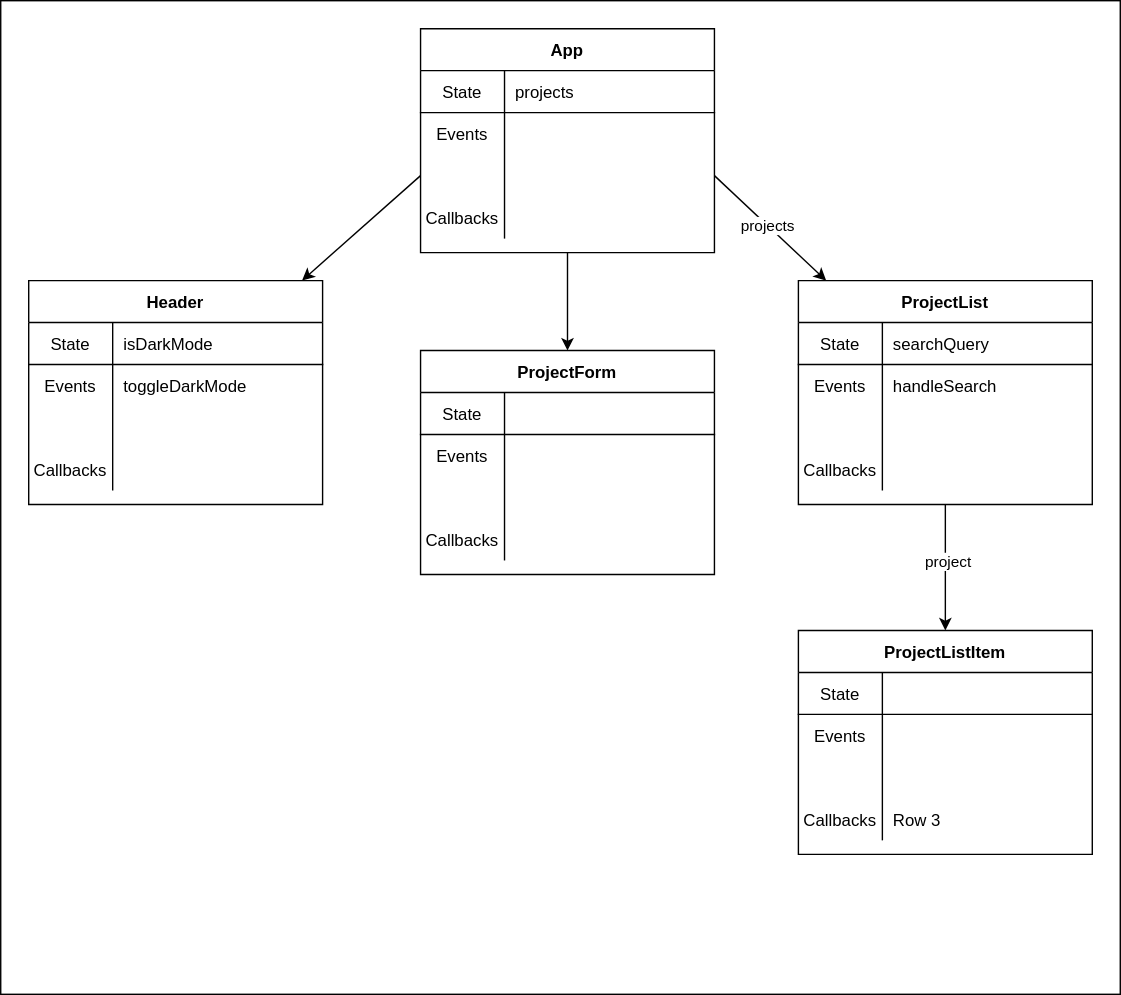
Before: 03_information_flow/assets/component-hierarchy-with-data-flow.drawio.svg, a diagram exported from draw.io (learn-co-curriculum/SENG-LIVE-Phase-2-ProjectShowcase). Source tidied: cells renumbered, new cells last; positions are measured from the earlier drawing's top-left corner, leaving out a move shared by most shapes. Source of this version:
```xml
<mxGraphModel>
  <root>
    <mxCell id="0" />
    <mxCell id="1" parent="0" />
    <mxCell id="2" style="rounded=0;whiteSpace=wrap;html=1;" parent="1" vertex="1">
      <mxGeometry width="800" height="710" as="geometry" />
    </mxCell>
    <mxCell id="3" style="edgeStyle=none;html=1;exitX=0;exitY=0.5;exitDx=0;exitDy=0;" parent="1" edge="1" source="14" target="20">
      <mxGeometry relative="1" as="geometry" />
    </mxCell>
    <mxCell id="4" style="edgeStyle=none;html=1;" parent="1" edge="1" source="7" target="33">
      <mxGeometry relative="1" as="geometry" />
    </mxCell>
    <mxCell id="5" style="edgeStyle=none;html=1;exitX=1;exitY=0.5;exitDx=0;exitDy=0;" parent="1" edge="1" source="14" target="48">
      <mxGeometry relative="1" as="geometry" />
    </mxCell>
    <mxCell id="6" value="projects" style="edgeLabel;html=1;align=center;verticalAlign=middle;" parent="5" vertex="1">
      <mxGeometry x="-0.06" relative="1" as="geometry" />
    </mxCell>
    <mxCell id="7" value="App" style="shape=table;startSize=30;rowLines=0;fontStyle=1;align=center;" parent="1" vertex="1">
      <mxGeometry x="300" y="20" width="210" height="160" as="geometry" />
    </mxCell>
    <mxCell id="8" style="shape=partialRectangle;fillColor=none;top=0;left=0;bottom=1;right=0;" parent="7" vertex="1">
      <mxGeometry y="30" width="210" height="30" as="geometry" />
    </mxCell>
    <mxCell id="9" value="State" style="shape=partialRectangle;fillColor=none;top=0;left=0;bottom=0;right=0;fontStyle=0;overflow=hidden;" parent="8" vertex="1">
      <mxGeometry width="60" height="30" as="geometry" />
    </mxCell>
    <mxCell id="10" value="projects" style="shape=partialRectangle;fillColor=none;top=0;left=0;bottom=0;right=0;align=left;spacingLeft=6;fontStyle=0;overflow=hidden;" parent="8" vertex="1">
      <mxGeometry x="60" width="150" height="30" as="geometry" />
    </mxCell>
    <mxCell id="11" style="shape=partialRectangle;fillColor=none;top=0;left=0;bottom=0;right=0;" parent="7" vertex="1">
      <mxGeometry y="60" width="210" height="30" as="geometry" />
    </mxCell>
    <mxCell id="12" value="Events" style="shape=partialRectangle;fillColor=none;top=0;left=0;bottom=0;right=0;overflow=hidden;" parent="11" vertex="1">
      <mxGeometry width="60" height="30" as="geometry" />
    </mxCell>
    <mxCell id="13" style="shape=partialRectangle;fillColor=none;top=0;left=0;bottom=0;right=0;align=left;spacingLeft=6;overflow=hidden;" parent="11" vertex="1">
      <mxGeometry x="60" width="150" height="30" as="geometry" />
    </mxCell>
    <mxCell id="14" style="shape=partialRectangle;fillColor=none;top=0;left=0;bottom=0;right=0;points=[[0,0.5],[1,0.5]];portConstraint=eastwest;" parent="7" vertex="1">
      <mxGeometry y="90" width="210" height="30" as="geometry" />
    </mxCell>
    <mxCell id="15" style="shape=partialRectangle;fillColor=none;top=0;left=0;bottom=0;right=0;overflow=hidden;" parent="14" vertex="1">
      <mxGeometry width="60" height="30" as="geometry" />
    </mxCell>
    <mxCell id="16" style="shape=partialRectangle;fillColor=none;top=0;left=0;bottom=0;right=0;align=left;spacingLeft=6;overflow=hidden;" parent="14" vertex="1">
      <mxGeometry x="60" width="150" height="30" as="geometry" />
    </mxCell>
    <mxCell id="17" style="shape=partialRectangle;fillColor=none;top=0;left=0;bottom=0;right=0;" parent="7" vertex="1">
      <mxGeometry y="120" width="210" height="30" as="geometry" />
    </mxCell>
    <mxCell id="18" value="Callbacks" style="shape=partialRectangle;fillColor=none;top=0;left=0;bottom=0;right=0;overflow=hidden;" parent="17" vertex="1">
      <mxGeometry width="60" height="30" as="geometry" />
    </mxCell>
    <mxCell id="19" style="shape=partialRectangle;fillColor=none;top=0;left=0;bottom=0;right=0;align=left;spacingLeft=6;overflow=hidden;" parent="17" vertex="1">
      <mxGeometry x="60" width="150" height="30" as="geometry" />
    </mxCell>
    <mxCell id="20" value="Header" style="shape=table;startSize=30;rowLines=0;fontStyle=1;align=center;" parent="1" vertex="1">
      <mxGeometry x="20" y="200" width="210" height="160" as="geometry" />
    </mxCell>
    <mxCell id="21" style="shape=partialRectangle;fillColor=none;top=0;left=0;bottom=1;right=0;" parent="20" vertex="1">
      <mxGeometry y="30" width="210" height="30" as="geometry" />
    </mxCell>
    <mxCell id="22" value="State" style="shape=partialRectangle;fillColor=none;top=0;left=0;bottom=0;right=0;fontStyle=0;overflow=hidden;" parent="21" vertex="1">
      <mxGeometry width="60" height="30" as="geometry" />
    </mxCell>
    <mxCell id="23" value="isDarkMode" style="shape=partialRectangle;fillColor=none;top=0;left=0;bottom=0;right=0;align=left;spacingLeft=6;fontStyle=0;overflow=hidden;" parent="21" vertex="1">
      <mxGeometry x="60" width="150" height="30" as="geometry" />
    </mxCell>
    <mxCell id="24" style="shape=partialRectangle;fillColor=none;top=0;left=0;bottom=0;right=0;" parent="20" vertex="1">
      <mxGeometry y="60" width="210" height="30" as="geometry" />
    </mxCell>
    <mxCell id="25" value="Events" style="shape=partialRectangle;fillColor=none;top=0;left=0;bottom=0;right=0;overflow=hidden;" parent="24" vertex="1">
      <mxGeometry width="60" height="30" as="geometry" />
    </mxCell>
    <mxCell id="26" value="toggleDarkMode" style="shape=partialRectangle;fillColor=none;top=0;left=0;bottom=0;right=0;align=left;spacingLeft=6;overflow=hidden;" parent="24" vertex="1">
      <mxGeometry x="60" width="150" height="30" as="geometry" />
    </mxCell>
    <mxCell id="27" style="shape=partialRectangle;fillColor=none;top=0;left=0;bottom=0;right=0;" parent="20" vertex="1">
      <mxGeometry y="90" width="210" height="30" as="geometry" />
    </mxCell>
    <mxCell id="28" style="shape=partialRectangle;fillColor=none;top=0;left=0;bottom=0;right=0;overflow=hidden;" parent="27" vertex="1">
      <mxGeometry width="60" height="30" as="geometry" />
    </mxCell>
    <mxCell id="29" style="shape=partialRectangle;fillColor=none;top=0;left=0;bottom=0;right=0;align=left;spacingLeft=6;overflow=hidden;" parent="27" vertex="1">
      <mxGeometry x="60" width="150" height="30" as="geometry" />
    </mxCell>
    <mxCell id="30" style="shape=partialRectangle;fillColor=none;top=0;left=0;bottom=0;right=0;" parent="20" vertex="1">
      <mxGeometry y="120" width="210" height="30" as="geometry" />
    </mxCell>
    <mxCell id="31" value="Callbacks" style="shape=partialRectangle;fillColor=none;top=0;left=0;bottom=0;right=0;overflow=hidden;" parent="30" vertex="1">
      <mxGeometry width="60" height="30" as="geometry" />
    </mxCell>
    <mxCell id="32" style="shape=partialRectangle;fillColor=none;top=0;left=0;bottom=0;right=0;align=left;spacingLeft=6;overflow=hidden;" parent="30" vertex="1">
      <mxGeometry x="60" width="150" height="30" as="geometry" />
    </mxCell>
    <mxCell id="33" value="ProjectForm" style="shape=table;startSize=30;rowLines=0;fontStyle=1;align=center;" parent="1" vertex="1">
      <mxGeometry x="300" y="250" width="210" height="160" as="geometry" />
    </mxCell>
    <mxCell id="34" style="shape=partialRectangle;fillColor=none;top=0;left=0;bottom=1;right=0;" parent="33" vertex="1">
      <mxGeometry y="30" width="210" height="30" as="geometry" />
    </mxCell>
    <mxCell id="35" value="State" style="shape=partialRectangle;fillColor=none;top=0;left=0;bottom=0;right=0;fontStyle=0;overflow=hidden;" parent="34" vertex="1">
      <mxGeometry width="60" height="30" as="geometry" />
    </mxCell>
    <mxCell id="36" style="shape=partialRectangle;fillColor=none;top=0;left=0;bottom=0;right=0;align=left;spacingLeft=6;fontStyle=0;overflow=hidden;" parent="34" vertex="1">
      <mxGeometry x="60" width="150" height="30" as="geometry" />
    </mxCell>
    <mxCell id="37" style="shape=partialRectangle;fillColor=none;top=0;left=0;bottom=0;right=0;" parent="33" vertex="1">
      <mxGeometry y="60" width="210" height="30" as="geometry" />
    </mxCell>
    <mxCell id="38" value="Events" style="shape=partialRectangle;fillColor=none;top=0;left=0;bottom=0;right=0;overflow=hidden;" parent="37" vertex="1">
      <mxGeometry width="60" height="30" as="geometry" />
    </mxCell>
    <mxCell id="39" style="shape=partialRectangle;fillColor=none;top=0;left=0;bottom=0;right=0;align=left;spacingLeft=6;overflow=hidden;" parent="37" vertex="1">
      <mxGeometry x="60" width="150" height="30" as="geometry" />
    </mxCell>
    <mxCell id="40" style="shape=partialRectangle;fillColor=none;top=0;left=0;bottom=0;right=0;" parent="33" vertex="1">
      <mxGeometry y="90" width="210" height="30" as="geometry" />
    </mxCell>
    <mxCell id="41" style="shape=partialRectangle;fillColor=none;top=0;left=0;bottom=0;right=0;overflow=hidden;" parent="40" vertex="1">
      <mxGeometry width="60" height="30" as="geometry" />
    </mxCell>
    <mxCell id="42" style="shape=partialRectangle;fillColor=none;top=0;left=0;bottom=0;right=0;align=left;spacingLeft=6;overflow=hidden;" parent="40" vertex="1">
      <mxGeometry x="60" width="150" height="30" as="geometry" />
    </mxCell>
    <mxCell id="43" style="shape=partialRectangle;fillColor=none;top=0;left=0;bottom=0;right=0;" parent="33" vertex="1">
      <mxGeometry y="120" width="210" height="30" as="geometry" />
    </mxCell>
    <mxCell id="44" value="Callbacks" style="shape=partialRectangle;fillColor=none;top=0;left=0;bottom=0;right=0;overflow=hidden;" parent="43" vertex="1">
      <mxGeometry width="60" height="30" as="geometry" />
    </mxCell>
    <mxCell id="45" style="shape=partialRectangle;fillColor=none;top=0;left=0;bottom=0;right=0;align=left;spacingLeft=6;overflow=hidden;" parent="43" vertex="1">
      <mxGeometry x="60" width="150" height="30" as="geometry" />
    </mxCell>
    <mxCell id="46" style="edgeStyle=none;html=1;" parent="1" edge="1" source="48" target="61">
      <mxGeometry relative="1" as="geometry" />
    </mxCell>
    <mxCell id="47" value="project" style="edgeLabel;html=1;align=center;verticalAlign=middle;" parent="46" vertex="1">
      <mxGeometry x="-0.12" y="1" relative="1" as="geometry" />
    </mxCell>
    <mxCell id="48" value="ProjectList" style="shape=table;startSize=30;rowLines=0;fontStyle=1;align=center;" parent="1" vertex="1">
      <mxGeometry x="570" y="200" width="210" height="160" as="geometry" />
    </mxCell>
    <mxCell id="49" style="shape=partialRectangle;fillColor=none;top=0;left=0;bottom=1;right=0;" parent="48" vertex="1">
      <mxGeometry y="30" width="210" height="30" as="geometry" />
    </mxCell>
    <mxCell id="50" value="State" style="shape=partialRectangle;fillColor=none;top=0;left=0;bottom=0;right=0;fontStyle=0;overflow=hidden;" parent="49" vertex="1">
      <mxGeometry width="60" height="30" as="geometry" />
    </mxCell>
    <mxCell id="51" value="searchQuery" style="shape=partialRectangle;fillColor=none;top=0;left=0;bottom=0;right=0;align=left;spacingLeft=6;fontStyle=0;overflow=hidden;" parent="49" vertex="1">
      <mxGeometry x="60" width="150" height="30" as="geometry" />
    </mxCell>
    <mxCell id="52" style="shape=partialRectangle;fillColor=none;top=0;left=0;bottom=0;right=0;" parent="48" vertex="1">
      <mxGeometry y="60" width="210" height="30" as="geometry" />
    </mxCell>
    <mxCell id="53" value="Events" style="shape=partialRectangle;fillColor=none;top=0;left=0;bottom=0;right=0;overflow=hidden;" parent="52" vertex="1">
      <mxGeometry width="60" height="30" as="geometry" />
    </mxCell>
    <mxCell id="54" value="handleSearch" style="shape=partialRectangle;fillColor=none;top=0;left=0;bottom=0;right=0;align=left;spacingLeft=6;overflow=hidden;" parent="52" vertex="1">
      <mxGeometry x="60" width="150" height="30" as="geometry" />
    </mxCell>
    <mxCell id="55" style="shape=partialRectangle;fillColor=none;top=0;left=0;bottom=0;right=0;" parent="48" vertex="1">
      <mxGeometry y="90" width="210" height="30" as="geometry" />
    </mxCell>
    <mxCell id="56" style="shape=partialRectangle;fillColor=none;top=0;left=0;bottom=0;right=0;overflow=hidden;" parent="55" vertex="1">
      <mxGeometry width="60" height="30" as="geometry" />
    </mxCell>
    <mxCell id="57" style="shape=partialRectangle;fillColor=none;top=0;left=0;bottom=0;right=0;align=left;spacingLeft=6;overflow=hidden;" parent="55" vertex="1">
      <mxGeometry x="60" width="150" height="30" as="geometry" />
    </mxCell>
    <mxCell id="58" style="shape=partialRectangle;fillColor=none;top=0;left=0;bottom=0;right=0;" parent="48" vertex="1">
      <mxGeometry y="120" width="210" height="30" as="geometry" />
    </mxCell>
    <mxCell id="59" value="Callbacks" style="shape=partialRectangle;fillColor=none;top=0;left=0;bottom=0;right=0;overflow=hidden;" parent="58" vertex="1">
      <mxGeometry width="60" height="30" as="geometry" />
    </mxCell>
    <mxCell id="60" style="shape=partialRectangle;fillColor=none;top=0;left=0;bottom=0;right=0;align=left;spacingLeft=6;overflow=hidden;" parent="58" vertex="1">
      <mxGeometry x="60" width="150" height="30" as="geometry" />
    </mxCell>
    <mxCell id="61" value="ProjectListItem" style="shape=table;startSize=30;rowLines=0;fontStyle=1;align=center;" parent="1" vertex="1">
      <mxGeometry x="570" y="450" width="210" height="160" as="geometry" />
    </mxCell>
    <mxCell id="62" style="shape=partialRectangle;fillColor=none;top=0;left=0;bottom=1;right=0;" parent="61" vertex="1">
      <mxGeometry y="30" width="210" height="30" as="geometry" />
    </mxCell>
    <mxCell id="63" value="State" style="shape=partialRectangle;fillColor=none;top=0;left=0;bottom=0;right=0;fontStyle=0;overflow=hidden;" parent="62" vertex="1">
      <mxGeometry width="60" height="30" as="geometry" />
    </mxCell>
    <mxCell id="64" style="shape=partialRectangle;fillColor=none;top=0;left=0;bottom=0;right=0;align=left;spacingLeft=6;fontStyle=0;overflow=hidden;" parent="62" vertex="1">
      <mxGeometry x="60" width="150" height="30" as="geometry" />
    </mxCell>
    <mxCell id="65" style="shape=partialRectangle;fillColor=none;top=0;left=0;bottom=0;right=0;" parent="61" vertex="1">
      <mxGeometry y="60" width="210" height="30" as="geometry" />
    </mxCell>
    <mxCell id="66" value="Events" style="shape=partialRectangle;fillColor=none;top=0;left=0;bottom=0;right=0;overflow=hidden;" parent="65" vertex="1">
      <mxGeometry width="60" height="30" as="geometry" />
    </mxCell>
    <mxCell id="67" style="shape=partialRectangle;fillColor=none;top=0;left=0;bottom=0;right=0;align=left;spacingLeft=6;overflow=hidden;" parent="65" vertex="1">
      <mxGeometry x="60" width="150" height="30" as="geometry" />
    </mxCell>
    <mxCell id="68" style="shape=partialRectangle;fillColor=none;top=0;left=0;bottom=0;right=0;" parent="61" vertex="1">
      <mxGeometry y="90" width="210" height="30" as="geometry" />
    </mxCell>
    <mxCell id="69" style="shape=partialRectangle;fillColor=none;top=0;left=0;bottom=0;right=0;overflow=hidden;" parent="68" vertex="1">
      <mxGeometry width="60" height="30" as="geometry" />
    </mxCell>
    <mxCell id="70" style="shape=partialRectangle;fillColor=none;top=0;left=0;bottom=0;right=0;align=left;spacingLeft=6;overflow=hidden;" parent="68" vertex="1">
      <mxGeometry x="60" width="150" height="30" as="geometry" />
    </mxCell>
    <mxCell id="71" style="shape=partialRectangle;fillColor=none;top=0;left=0;bottom=0;right=0;" parent="61" vertex="1">
      <mxGeometry y="120" width="210" height="30" as="geometry" />
    </mxCell>
    <mxCell id="72" value="Callbacks" style="shape=partialRectangle;fillColor=none;top=0;left=0;bottom=0;right=0;overflow=hidden;" parent="71" vertex="1">
      <mxGeometry width="60" height="30" as="geometry" />
    </mxCell>
    <mxCell id="73" value="Row 3" style="shape=partialRectangle;fillColor=none;top=0;left=0;bottom=0;right=0;align=left;spacingLeft=6;overflow=hidden;" parent="71" vertex="1">
      <mxGeometry x="60" width="150" height="30" as="geometry" />
    </mxCell>
  </root>
</mxGraphModel>
```
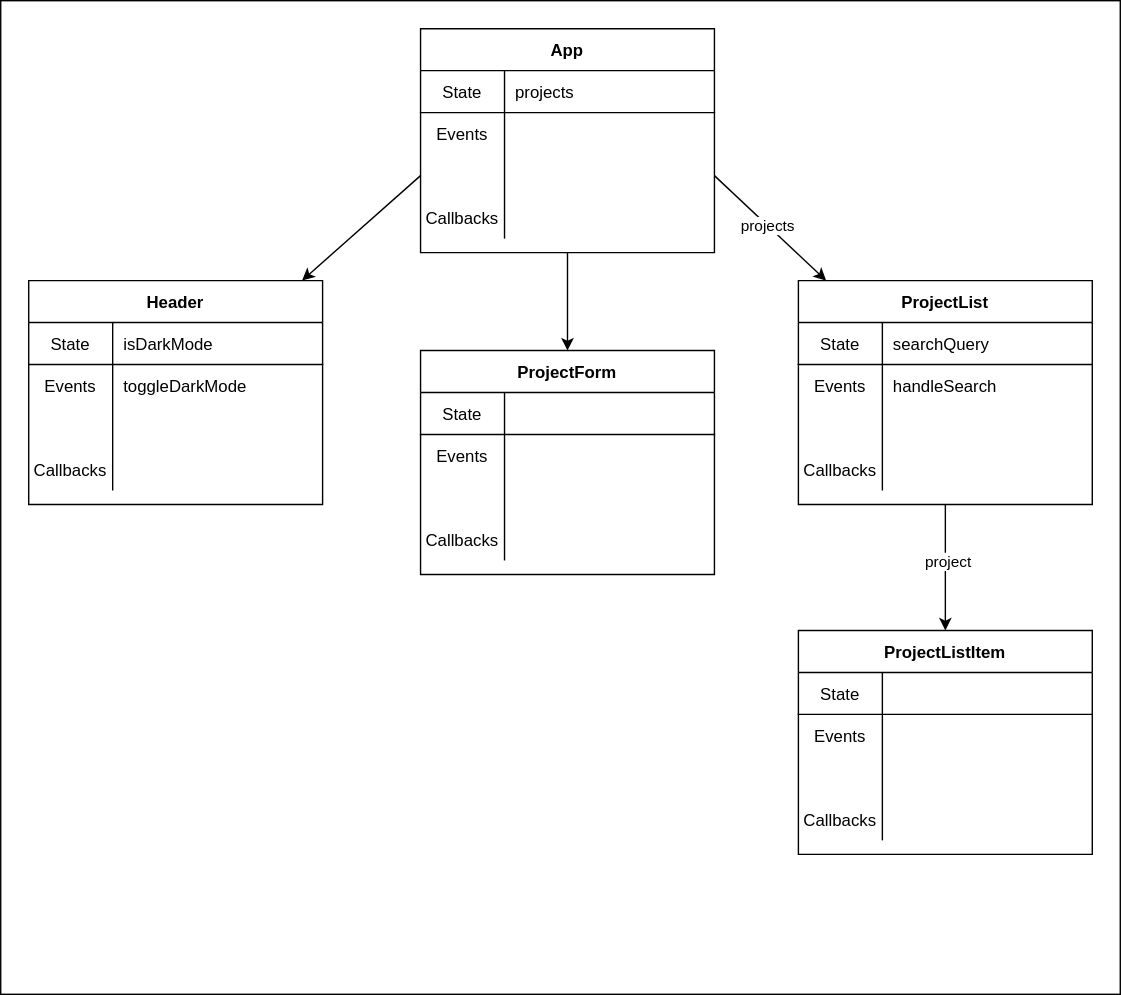
After the commit.

Commit message:
update README and diagram for lesson 3

Diff of the diagram source:
```diff
@@ -215,7 +215,7 @@
     <mxCell id="72" value="Callbacks" style="shape=partialRectangle;fillColor=none;top=0;left=0;bottom=0;right=0;overflow=hidden;" parent="71" vertex="1">
       <mxGeometry width="60" height="30" as="geometry" />
     </mxCell>
-    <mxCell id="73" value="Row 3" style="shape=partialRectangle;fillColor=none;top=0;left=0;bottom=0;right=0;align=left;spacingLeft=6;overflow=hidden;" parent="71" vertex="1">
+    <mxCell id="73" style="shape=partialRectangle;fillColor=none;top=0;left=0;bottom=0;right=0;align=left;spacingLeft=6;overflow=hidden;" parent="71" vertex="1">
       <mxGeometry x="60" width="150" height="30" as="geometry" />
     </mxCell>
   </root>
```
